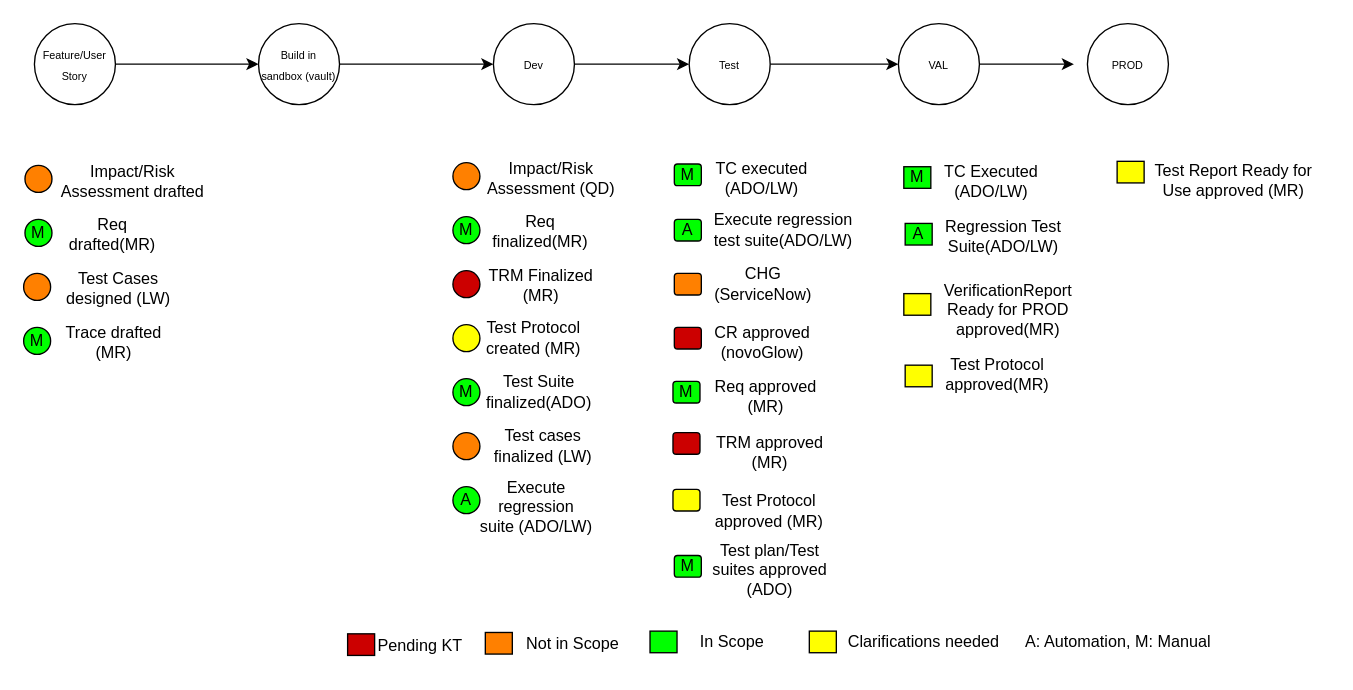
The draw.io diagram hpalmtoado2.drawio in surajnaik90/Architectures-Designs, before the edit. Source tidied: cells renumbered, new cells numbered last; positions are measured from the earlier drawing's top-left corner, leaving out a move shared by most shapes. Both pictures are drawn from the tidied source at 135%, with x=0, y=0 at pixel (23, 23).
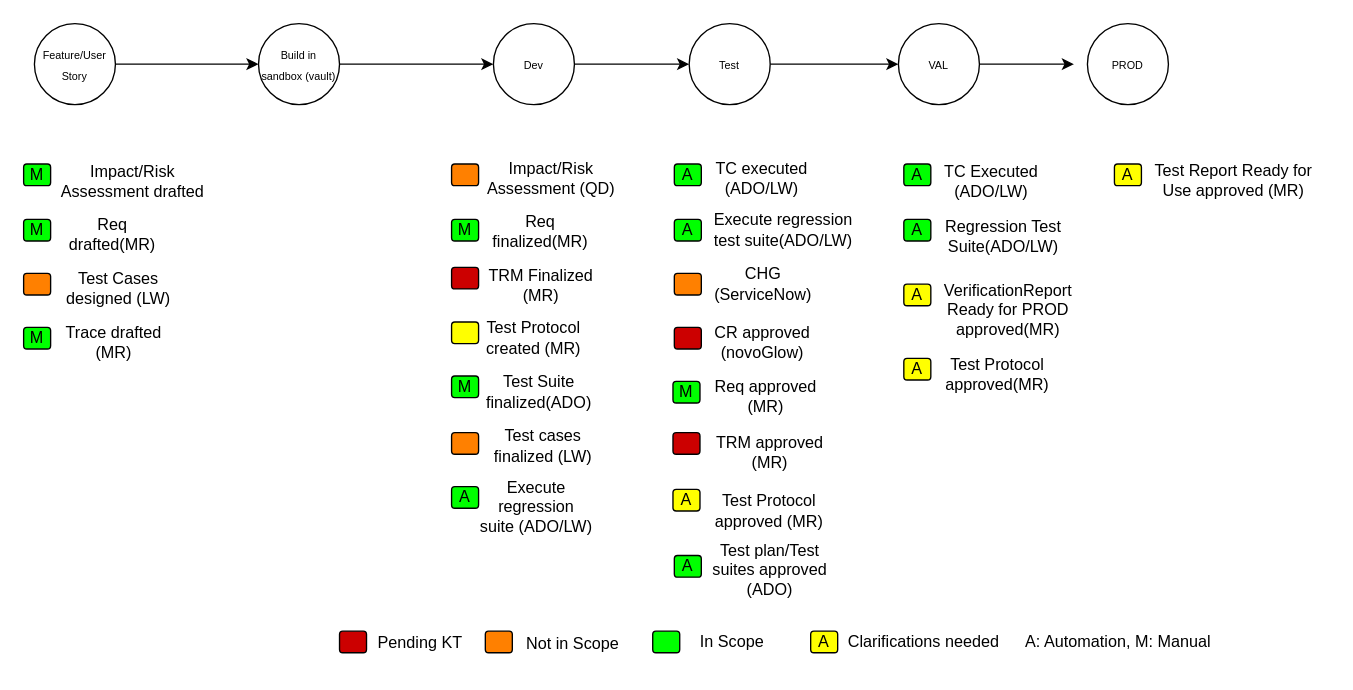
The same diagram, later.

Diff of the diagram source:
```diff
@@
-    <mxCell id="17" style="rounded=1;whiteSpace=wrap;html=1;fillColor=#FFFF00;arcSize=0;" parent="1" vertex="1">
-      <mxGeometry x="582" y="450" width="20" height="16" as="geometry" />
-    </mxCell>
-    <mxCell id="18" style="rounded=1;whiteSpace=wrap;html=1;fillColor=#00FF00;arcSize=0;" parent="1" vertex="1">
-      <mxGeometry x="464" y="450" width="20" height="16" as="geometry" />
-    </mxCell>
-    <mxCell id="19" style="rounded=1;whiteSpace=wrap;html=1;fillColor=#FF8000;arcSize=0;" parent="1" vertex="1">
-      <mxGeometry x="342" y="451" width="20" height="16" as="geometry" />
-    </mxCell>
@@
-    <mxCell id="23" style="rounded=1;whiteSpace=wrap;html=1;fillColor=#CC0000;arcSize=0;" parent="1" vertex="1">
-      <mxGeometry x="240" y="452" width="20" height="16" as="geometry" />
-    </mxCell>
     <mxCell id="24" value="Pending KT" style="text;html=1;strokeColor=none;fillColor=none;align=center;verticalAlign=middle;whiteSpace=wrap;rounded=0;" parent="1" vertex="1">
-      <mxGeometry x="254" y="446" width="80" height="30" as="geometry" />
+      <mxGeometry x="254" y="444" width="80" height="30" as="geometry" />
     </mxCell>
@@
-    <mxCell id="26" value="M" style="ellipse;whiteSpace=wrap;html=1;fillColor=#00FF00;" parent="1" vertex="1">
-      <mxGeometry x="1" y="145" width="20" height="20" as="geometry" />
-    </mxCell>
@@
-    <mxCell id="31" style="ellipse;whiteSpace=wrap;html=1;fillColor=#FF8000;" parent="1" vertex="1">
-      <mxGeometry x="1" y="105" width="20" height="20" as="geometry" />
-    </mxCell>
-    <mxCell id="32" style="ellipse;whiteSpace=wrap;html=1;fillColor=#FF8000;" parent="1" vertex="1">
-      <mxGeometry y="185" width="20" height="20" as="geometry" />
-    </mxCell>
-    <mxCell id="33" value="M" style="ellipse;whiteSpace=wrap;html=1;fillColor=#00FF00;" parent="1" vertex="1">
-      <mxGeometry y="225" width="20" height="20" as="geometry" />
-    </mxCell>
@@
-    <mxCell id="37" style="group;" parent="1" vertex="1">
-      <mxGeometry x="318" y="100" width="122" height="273" as="geometry" />
-    </mxCell>
-    <mxCell id="38" value="M" style="ellipse;whiteSpace=wrap;html=1;fillColor=#00FF00;" parent="37" vertex="1">
-      <mxGeometry y="43" width="20" height="20" as="geometry" />
-    </mxCell>
-    <mxCell id="39" value="M" style="ellipse;whiteSpace=wrap;html=1;fillColor=#00FF00;" parent="37" vertex="1">
-      <mxGeometry y="163" width="20" height="20" as="geometry" />
-    </mxCell>
-    <mxCell id="40" style="ellipse;whiteSpace=wrap;html=1;fillColor=#FF8000;" parent="37" vertex="1">
-      <mxGeometry y="203" width="20" height="20" as="geometry" />
-    </mxCell>
-    <mxCell id="41" value="A" style="ellipse;whiteSpace=wrap;html=1;fillColor=#00FF00;" parent="37" vertex="1">
-      <mxGeometry y="243" width="20" height="20" as="geometry" />
-    </mxCell>
-    <mxCell id="42" value="Impact/Risk Assessment (QD)" style="text;html=1;strokeColor=none;fillColor=none;align=center;verticalAlign=middle;whiteSpace=wrap;rounded=0;" parent="37" vertex="1">
-      <mxGeometry x="24" width="98" height="30" as="geometry" />
+    <mxCell id="42" value="Impact/Risk Assessment (QD)" style="text;html=1;strokeColor=none;fillColor=none;align=center;verticalAlign=middle;whiteSpace=wrap;rounded=0;" parent="1" vertex="1">
+      <mxGeometry x="342" y="100" width="98" height="30" as="geometry" />
     </mxCell>
-    <mxCell id="43" value="Req finalized(MR)" style="text;html=1;strokeColor=none;fillColor=none;align=center;verticalAlign=middle;whiteSpace=wrap;rounded=0;" parent="37" vertex="1">
-      <mxGeometry x="23" y="39" width="84" height="30" as="geometry" />
+    <mxCell id="43" value="Req finalized(MR)" style="text;html=1;strokeColor=none;fillColor=none;align=center;verticalAlign=middle;whiteSpace=wrap;rounded=0;" parent="1" vertex="1">
+      <mxGeometry x="341" y="139" width="84" height="30" as="geometry" />
     </mxCell>
-    <mxCell id="44" value="TRM Finalized (MR)" style="text;html=1;strokeColor=none;fillColor=none;align=center;verticalAlign=middle;whiteSpace=wrap;rounded=0;" parent="37" vertex="1">
-      <mxGeometry x="21" y="79" width="89" height="30" as="geometry" />
+    <mxCell id="44" value="TRM Finalized (MR)" style="text;html=1;strokeColor=none;fillColor=none;align=center;verticalAlign=middle;whiteSpace=wrap;rounded=0;" parent="1" vertex="1">
+      <mxGeometry x="339" y="179" width="89" height="30" as="geometry" />
     </mxCell>
-    <mxCell id="45" value="Test Protocol created (MR)" style="text;html=1;strokeColor=none;fillColor=none;align=center;verticalAlign=middle;whiteSpace=wrap;rounded=0;" parent="37" vertex="1">
-      <mxGeometry x="23" y="118" width="74" height="30" as="geometry" />
+    <mxCell id="45" value="Test Protocol created (MR)" style="text;html=1;strokeColor=none;fillColor=none;align=center;verticalAlign=middle;whiteSpace=wrap;rounded=0;" parent="1" vertex="1">
+      <mxGeometry x="341" y="218" width="74" height="30" as="geometry" />
     </mxCell>
-    <mxCell id="46" value="Test Suite finalized(ADO)" style="text;html=1;strokeColor=none;fillColor=none;align=center;verticalAlign=middle;whiteSpace=wrap;rounded=0;" parent="37" vertex="1">
-      <mxGeometry x="27" y="158" width="74" height="30" as="geometry" />
+    <mxCell id="46" value="Test Suite finalized(ADO)" style="text;html=1;strokeColor=none;fillColor=none;align=center;verticalAlign=middle;whiteSpace=wrap;rounded=0;" parent="1" vertex="1">
+      <mxGeometry x="345" y="258" width="74" height="30" as="geometry" />
     </mxCell>
-    <mxCell id="47" value="Test cases finalized (LW)" style="text;html=1;strokeColor=none;fillColor=none;align=center;verticalAlign=middle;whiteSpace=wrap;rounded=0;" parent="37" vertex="1">
-      <mxGeometry x="24" y="198" width="86" height="30" as="geometry" />
+    <mxCell id="47" value="Test cases finalized (LW)" style="text;html=1;strokeColor=none;fillColor=none;align=center;verticalAlign=middle;whiteSpace=wrap;rounded=0;" parent="1" vertex="1">
+      <mxGeometry x="342" y="298" width="86" height="30" as="geometry" />
     </mxCell>
-    <mxCell id="48" value="Execute regression suite (ADO/LW)" style="text;html=1;strokeColor=none;fillColor=none;align=center;verticalAlign=middle;whiteSpace=wrap;rounded=0;" parent="37" vertex="1">
-      <mxGeometry x="19" y="243" width="86" height="30" as="geometry" />
+    <mxCell id="48" value="Execute regression suite (ADO/LW)" style="text;html=1;strokeColor=none;fillColor=none;align=center;verticalAlign=middle;whiteSpace=wrap;rounded=0;" parent="1" vertex="1">
+      <mxGeometry x="337" y="343" width="86" height="30" as="geometry" />
     </mxCell>
-    <mxCell id="49" style="ellipse;whiteSpace=wrap;html=1;fillColor=#FF8000;" parent="37" vertex="1">
-      <mxGeometry y="3" width="20" height="20" as="geometry" />
-    </mxCell>
-    <mxCell id="50" style="ellipse;whiteSpace=wrap;html=1;fillColor=#CC0000;" parent="37" vertex="1">
-      <mxGeometry y="83" width="20" height="20" as="geometry" />
-    </mxCell>
-    <mxCell id="51" style="ellipse;whiteSpace=wrap;html=1;fillColor=#FFFF00;" parent="37" vertex="1">
-      <mxGeometry y="123" width="20" height="20" as="geometry" />
-    </mxCell>
-    <mxCell id="52" style="group;" parent="1" vertex="1">
-      <mxGeometry x="481" y="100" width="137" height="320" as="geometry" />
-    </mxCell>
-    <mxCell id="53" value="Req approved (MR)" style="text;html=1;strokeColor=none;fillColor=none;align=center;verticalAlign=middle;whiteSpace=wrap;rounded=0;" parent="52" vertex="1">
-      <mxGeometry x="26" y="161" width="86" height="30" as="geometry" />
+    <mxCell id="53" value="Req approved (MR)" style="text;html=1;strokeColor=none;fillColor=none;align=center;verticalAlign=middle;whiteSpace=wrap;rounded=0;" parent="1" vertex="1">
+      <mxGeometry x="507" y="261" width="86" height="30" as="geometry" />
     </mxCell>
-    <mxCell id="54" value="TRM approved (MR)" style="text;html=1;strokeColor=none;fillColor=none;align=center;verticalAlign=middle;whiteSpace=wrap;rounded=0;" parent="52" vertex="1">
-      <mxGeometry x="27" y="203" width="90" height="30" as="geometry" />
+    <mxCell id="54" value="TRM approved (MR)" style="text;html=1;strokeColor=none;fillColor=none;align=center;verticalAlign=middle;whiteSpace=wrap;rounded=0;" parent="1" vertex="1">
+      <mxGeometry x="508" y="303" width="90" height="30" as="geometry" />
     </mxCell>
-    <mxCell id="55" value="Test Protocol approved (MR)" style="text;html=1;strokeColor=none;fillColor=none;align=center;verticalAlign=middle;whiteSpace=wrap;rounded=0;" parent="52" vertex="1">
-      <mxGeometry x="26" y="246" width="91" height="30" as="geometry" />
+    <mxCell id="55" value="Test Protocol approved (MR)" style="text;html=1;strokeColor=none;fillColor=none;align=center;verticalAlign=middle;whiteSpace=wrap;rounded=0;" parent="1" vertex="1">
+      <mxGeometry x="507" y="346" width="91" height="30" as="geometry" />
     </mxCell>
-    <mxCell id="56" value="TC executed (ADO/LW)" style="text;html=1;strokeColor=none;fillColor=none;align=center;verticalAlign=middle;whiteSpace=wrap;rounded=0;" parent="52" vertex="1">
-      <mxGeometry x="30" width="72" height="30" as="geometry" />
+    <mxCell id="56" value="TC executed (ADO/LW)" style="text;html=1;strokeColor=none;fillColor=none;align=center;verticalAlign=middle;whiteSpace=wrap;rounded=0;" parent="1" vertex="1">
+      <mxGeometry x="511" y="100" width="72" height="30" as="geometry" />
     </mxCell>
-    <mxCell id="57" value="Execute regression test suite(ADO/LW)" style="text;html=1;strokeColor=none;fillColor=none;align=center;verticalAlign=middle;whiteSpace=wrap;rounded=0;" parent="52" vertex="1">
-      <mxGeometry x="27" y="38" width="110" height="30" as="geometry" />
+    <mxCell id="57" value="Execute regression test suite(ADO/LW)" style="text;html=1;strokeColor=none;fillColor=none;align=center;verticalAlign=middle;whiteSpace=wrap;rounded=0;" parent="1" vertex="1">
+      <mxGeometry x="508" y="138" width="110" height="30" as="geometry" />
     </mxCell>
-    <mxCell id="58" value="CHG (ServiceNow)" style="text;html=1;strokeColor=none;fillColor=none;align=center;verticalAlign=middle;whiteSpace=wrap;rounded=0;" parent="52" vertex="1">
-      <mxGeometry x="25" y="78" width="84" height="30" as="geometry" />
+    <mxCell id="58" value="CHG (ServiceNow)" style="text;html=1;strokeColor=none;fillColor=none;align=center;verticalAlign=middle;whiteSpace=wrap;rounded=0;" parent="1" vertex="1">
+      <mxGeometry x="506" y="178" width="84" height="30" as="geometry" />
     </mxCell>
-    <mxCell id="59" value="CR approved (novoGlow)" style="text;html=1;strokeColor=none;fillColor=none;align=center;verticalAlign=middle;whiteSpace=wrap;rounded=0;" parent="52" vertex="1">
-      <mxGeometry x="18" y="121" width="97" height="30" as="geometry" />
+    <mxCell id="59" value="CR approved (novoGlow)" style="text;html=1;strokeColor=none;fillColor=none;align=center;verticalAlign=middle;whiteSpace=wrap;rounded=0;" parent="1" vertex="1">
+      <mxGeometry x="499" y="221" width="97" height="30" as="geometry" />
     </mxCell>
-    <mxCell id="60" value="M" style="rounded=1;whiteSpace=wrap;html=1;fillColor=#00FF00;" parent="52" vertex="1">
-      <mxGeometry x="1" y="4" width="20" height="16" as="geometry" />
+    <mxCell id="60" value="A" style="rounded=1;whiteSpace=wrap;html=1;fillColor=#00FF00;" parent="1" vertex="1">
+      <mxGeometry x="482" y="104" width="20" height="16" as="geometry" />
     </mxCell>
-    <mxCell id="61" value="A" style="rounded=1;whiteSpace=wrap;html=1;fillColor=#00FF00;" parent="52" vertex="1">
-      <mxGeometry x="1" y="45" width="20" height="16" as="geometry" />
+    <mxCell id="61" value="A" style="rounded=1;whiteSpace=wrap;html=1;fillColor=#00FF00;" parent="1" vertex="1">
+      <mxGeometry x="482" y="145" width="20" height="16" as="geometry" />
     </mxCell>
-    <mxCell id="62" style="rounded=1;whiteSpace=wrap;html=1;fillColor=#FF8000;" parent="52" vertex="1">
-      <mxGeometry x="1" y="85" width="20" height="16" as="geometry" />
+    <mxCell id="62" style="rounded=1;whiteSpace=wrap;html=1;fillColor=#FF8000;" parent="1" vertex="1">
+      <mxGeometry x="482" y="185" width="20" height="16" as="geometry" />
     </mxCell>
-    <mxCell id="63" style="rounded=1;whiteSpace=wrap;html=1;fillColor=#CC0000;" parent="52" vertex="1">
-      <mxGeometry x="1" y="125" width="20" height="16" as="geometry" />
+    <mxCell id="63" style="rounded=1;whiteSpace=wrap;html=1;fillColor=#CC0000;" parent="1" vertex="1">
+      <mxGeometry x="482" y="225" width="20" height="16" as="geometry" />
     </mxCell>
-    <mxCell id="64" value="M" style="rounded=1;whiteSpace=wrap;html=1;fillColor=#00FF00;" parent="52" vertex="1">
-      <mxGeometry y="165" width="20" height="16" as="geometry" />
+    <mxCell id="64" value="M" style="rounded=1;whiteSpace=wrap;html=1;fillColor=#00FF00;" parent="1" vertex="1">
+      <mxGeometry x="481" y="265" width="20" height="16" as="geometry" />
     </mxCell>
-    <mxCell id="65" style="rounded=1;whiteSpace=wrap;html=1;fillColor=#CC0000;" parent="52" vertex="1">
-      <mxGeometry y="203" width="20" height="16" as="geometry" />
+    <mxCell id="65" style="rounded=1;whiteSpace=wrap;html=1;fillColor=#CC0000;" parent="1" vertex="1">
+      <mxGeometry x="481" y="303" width="20" height="16" as="geometry" />
     </mxCell>
-    <mxCell id="66" style="rounded=1;whiteSpace=wrap;html=1;fillColor=#FFFF00;" parent="52" vertex="1">
-      <mxGeometry y="245" width="20" height="16" as="geometry" />
+    <mxCell id="66" value="A" style="rounded=1;whiteSpace=wrap;html=1;fillColor=#FFFF00;" parent="1" vertex="1">
+      <mxGeometry x="481" y="345" width="20" height="16" as="geometry" />
     </mxCell>
-    <mxCell id="67" value="Test plan/Test suites approved (ADO)" style="text;html=1;strokeColor=none;fillColor=none;align=center;verticalAlign=middle;whiteSpace=wrap;rounded=0;" parent="52" vertex="1">
-      <mxGeometry x="27" y="290" width="90" height="30" as="geometry" />
+    <mxCell id="67" value="Test plan/Test suites approved (ADO)" style="text;html=1;strokeColor=none;fillColor=none;align=center;verticalAlign=middle;whiteSpace=wrap;rounded=0;" parent="1" vertex="1">
+      <mxGeometry x="508" y="390" width="90" height="30" as="geometry" />
     </mxCell>
-    <mxCell id="68" value="M" style="rounded=1;whiteSpace=wrap;html=1;fillColor=#00FF00;" parent="52" vertex="1">
-      <mxGeometry x="1" y="294" width="20" height="16" as="geometry" />
+    <mxCell id="68" value="A" style="rounded=1;whiteSpace=wrap;html=1;fillColor=#00FF00;" parent="1" vertex="1">
+      <mxGeometry x="482" y="394" width="20" height="16" as="geometry" />
     </mxCell>
-    <mxCell id="69" style="group;" parent="1" vertex="1">
-      <mxGeometry x="652" y="102" width="134" height="173" as="geometry" />
-    </mxCell>
+    <mxCell id="80" style="rounded=1;whiteSpace=wrap;html=1;fillColor=#FF8000;" parent="1" vertex="1">
+      <mxGeometry x="317" y="104" width="20" height="16" as="geometry" />
+    </mxCell>
+    <mxCell id="81" value="M" style="rounded=1;whiteSpace=wrap;html=1;fillColor=#00FF00;" parent="1" vertex="1">
+      <mxGeometry x="317" y="145" width="20" height="16" as="geometry" />
+    </mxCell>
+    <mxCell id="82" style="rounded=1;whiteSpace=wrap;html=1;fillColor=#CC0000;" parent="1" vertex="1">
+      <mxGeometry x="317" y="180.5" width="20" height="16" as="geometry" />
+    </mxCell>
+    <mxCell id="83" style="rounded=1;whiteSpace=wrap;html=1;fillColor=#FFFF00;" parent="1" vertex="1">
+      <mxGeometry x="317" y="221" width="20" height="16" as="geometry" />
+    </mxCell>
+    <mxCell id="84" value="M" style="rounded=1;whiteSpace=wrap;html=1;fillColor=#00FF00;" parent="1" vertex="1">
+      <mxGeometry x="317" y="261" width="20" height="16" as="geometry" />
+    </mxCell>
+    <mxCell id="85" style="rounded=1;whiteSpace=wrap;html=1;fillColor=#FF8000;" parent="1" vertex="1">
+      <mxGeometry x="317" y="303" width="20" height="16" as="geometry" />
+    </mxCell>
+    <mxCell id="86" value="A" style="rounded=1;whiteSpace=wrap;html=1;fillColor=#00FF00;" parent="1" vertex="1">
+      <mxGeometry x="317" y="343" width="20" height="16" as="geometry" />
+    </mxCell>
+    <mxCell id="87" value="M" style="rounded=1;whiteSpace=wrap;html=1;fillColor=#00FF00;" parent="1" vertex="1">
+      <mxGeometry y="145" width="20" height="16" as="geometry" />
+    </mxCell>
+    <mxCell id="88" style="rounded=1;whiteSpace=wrap;html=1;fillColor=#FF8000;" parent="1" vertex="1">
+      <mxGeometry y="185" width="20" height="16" as="geometry" />
+    </mxCell>
+    <mxCell id="89" value="M" style="rounded=1;whiteSpace=wrap;html=1;fillColor=#00FF00;" parent="1" vertex="1">
+      <mxGeometry y="225" width="20" height="16" as="geometry" />
+    </mxCell>
+    <mxCell id="90" value="A" style="rounded=1;whiteSpace=wrap;html=1;fillColor=#FFFF00;" parent="1" vertex="1">
+      <mxGeometry x="652" y="248" width="20" height="16" as="geometry" />
+    </mxCell>
-    <mxCell id="70" value="Test Protocol approved(MR)" style="text;html=1;strokeColor=none;fillColor=none;align=center;verticalAlign=middle;whiteSpace=wrap;rounded=0;" parent="69" vertex="1">
-      <mxGeometry x="15" y="143" width="109" height="30" as="geometry" />
+    <mxCell id="70" value="Test Protocol approved(MR)" style="text;html=1;strokeColor=none;fillColor=none;align=center;verticalAlign=middle;whiteSpace=wrap;rounded=0;" parent="1" vertex="1">
+      <mxGeometry x="667" y="245" width="109" height="30" as="geometry" />
     </mxCell>
-    <mxCell id="71" value="M" style="rounded=1;whiteSpace=wrap;html=1;fillColor=#00FF00;arcSize=0;" parent="69" vertex="1">
-      <mxGeometry y="4" width="20" height="16" as="geometry" />
-    </mxCell>
-    <mxCell id="72" value="TC Executed (ADO/LW)" style="text;html=1;strokeColor=none;fillColor=none;align=center;verticalAlign=middle;whiteSpace=wrap;rounded=0;" parent="69" vertex="1">
-      <mxGeometry x="28" width="74" height="30" as="geometry" />
+    <mxCell id="72" value="TC Executed (ADO/LW)" style="text;html=1;strokeColor=none;fillColor=none;align=center;verticalAlign=middle;whiteSpace=wrap;rounded=0;" parent="1" vertex="1">
+      <mxGeometry x="680" y="102" width="74" height="30" as="geometry" />
     </mxCell>
-    <mxCell id="73" value="A" style="rounded=1;whiteSpace=wrap;html=1;fillColor=#00FF00;arcSize=0;" parent="69" vertex="1">
-      <mxGeometry x="1" y="46" width="20" height="16" as="geometry" />
-    </mxCell>
-    <mxCell id="74" value="Regression Test Suite(ADO/LW)" style="text;html=1;strokeColor=none;fillColor=none;align=center;verticalAlign=middle;whiteSpace=wrap;rounded=0;" parent="69" vertex="1">
-      <mxGeometry x="29" y="41" width="90" height="30" as="geometry" />
+    <mxCell id="74" value="Regression Test Suite(ADO/LW)" style="text;html=1;strokeColor=none;fillColor=none;align=center;verticalAlign=middle;whiteSpace=wrap;rounded=0;" parent="1" vertex="1">
+      <mxGeometry x="681" y="143" width="90" height="30" as="geometry" />
     </mxCell>
-    <mxCell id="75" style="rounded=1;whiteSpace=wrap;html=1;fillColor=#FFFF00;arcSize=0;" parent="69" vertex="1">
-      <mxGeometry y="98" width="20" height="16" as="geometry" />
-    </mxCell>
-    <mxCell id="76" value="VerificationReport Ready for PROD approved(MR)" style="text;html=1;strokeColor=none;fillColor=none;align=center;verticalAlign=middle;whiteSpace=wrap;rounded=0;" parent="69" vertex="1">
-      <mxGeometry x="21" y="96" width="113" height="27" as="geometry" />
+    <mxCell id="76" value="VerificationReport Ready for PROD approved(MR)" style="text;html=1;strokeColor=none;fillColor=none;align=center;verticalAlign=middle;whiteSpace=wrap;rounded=0;" parent="1" vertex="1">
+      <mxGeometry x="673" y="198" width="113" height="27" as="geometry" />
     </mxCell>
-    <mxCell id="77" style="rounded=1;whiteSpace=wrap;html=1;fillColor=#FFFF00;arcSize=0;" parent="69" vertex="1">
-      <mxGeometry x="1" y="151" width="20" height="16" as="geometry" />
-    </mxCell>
-    <mxCell id="78" style="edgeStyle=orthogonalEdgeStyle;rounded=0;orthogonalLoop=1;jettySize=auto;html=1;exitX=0.5;exitY=1;exitDx=0;exitDy=0;" parent="69" edge="1" source="70" target="70">
+    <mxCell id="78" style="edgeStyle=orthogonalEdgeStyle;rounded=0;orthogonalLoop=1;jettySize=auto;html=1;exitX=0.5;exitY=1;exitDx=0;exitDy=0;" parent="1" edge="1" source="70" target="70">
       <mxGeometry relative="1" as="geometry" />
     </mxCell>
-    <mxCell id="79" style="rounded=1;whiteSpace=wrap;html=1;fillColor=#FFFF00;arcSize=0;" parent="1" vertex="1">
-      <mxGeometry x="810" y="102" width="20" height="16" as="geometry" />
-    </mxCell>
+    <mxCell id="91" value="A" style="rounded=1;whiteSpace=wrap;html=1;fillColor=#FFFF00;" parent="1" vertex="1">
+      <mxGeometry x="652" y="193" width="20" height="16" as="geometry" />
+    </mxCell>
+    <mxCell id="92" value="A" style="rounded=1;whiteSpace=wrap;html=1;fillColor=#00FF00;" parent="1" vertex="1">
+      <mxGeometry x="652" y="145" width="20" height="16" as="geometry" />
+    </mxCell>
+    <mxCell id="93" value="A" style="rounded=1;whiteSpace=wrap;html=1;fillColor=#00FF00;" parent="1" vertex="1">
+      <mxGeometry x="652" y="104" width="20" height="16" as="geometry" />
+    </mxCell>
+    <mxCell id="94" value="A" style="rounded=1;whiteSpace=wrap;html=1;fillColor=#FFFF00;" parent="1" vertex="1">
+      <mxGeometry x="808" y="104" width="20" height="16" as="geometry" />
+    </mxCell>
+    <mxCell id="95" value="M" style="rounded=1;whiteSpace=wrap;html=1;fillColor=#00FF00;" parent="1" vertex="1">
+      <mxGeometry y="104" width="20" height="16" as="geometry" />
+    </mxCell>
+    <mxCell id="96" style="rounded=1;whiteSpace=wrap;html=1;fillColor=#00FF00;" parent="1" vertex="1">
+      <mxGeometry x="466" y="450" width="20" height="16" as="geometry" />
+    </mxCell>
+    <mxCell id="97" value="A" style="rounded=1;whiteSpace=wrap;html=1;fillColor=#FFFF00;" parent="1" vertex="1">
+      <mxGeometry x="583" y="450" width="20" height="16" as="geometry" />
+    </mxCell>
+    <mxCell id="98" style="rounded=1;whiteSpace=wrap;html=1;fillColor=#FF8000;" parent="1" vertex="1">
+      <mxGeometry x="342" y="450" width="20" height="16" as="geometry" />
+    </mxCell>
+    <mxCell id="99" style="rounded=1;whiteSpace=wrap;html=1;fillColor=#CC0000;" parent="1" vertex="1">
+      <mxGeometry x="234" y="450" width="20" height="16" as="geometry" />
+    </mxCell>
```
